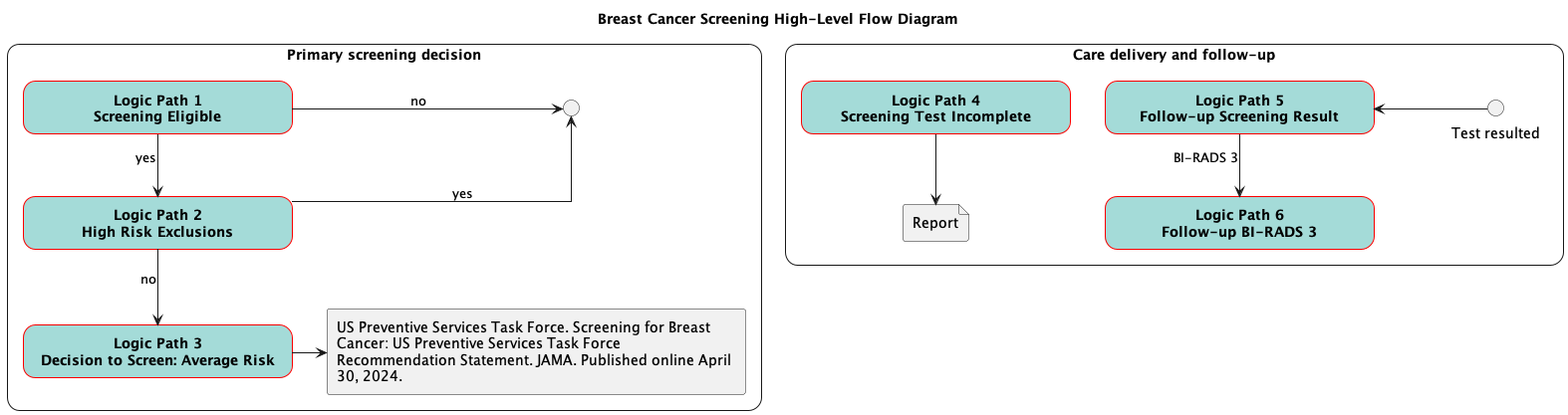
Above: images/flow-HighLevel.png in ccsm-cds-tools/CDC-Breast-Cancer-Screening-CDS-L2 (PlantUML), before the change.
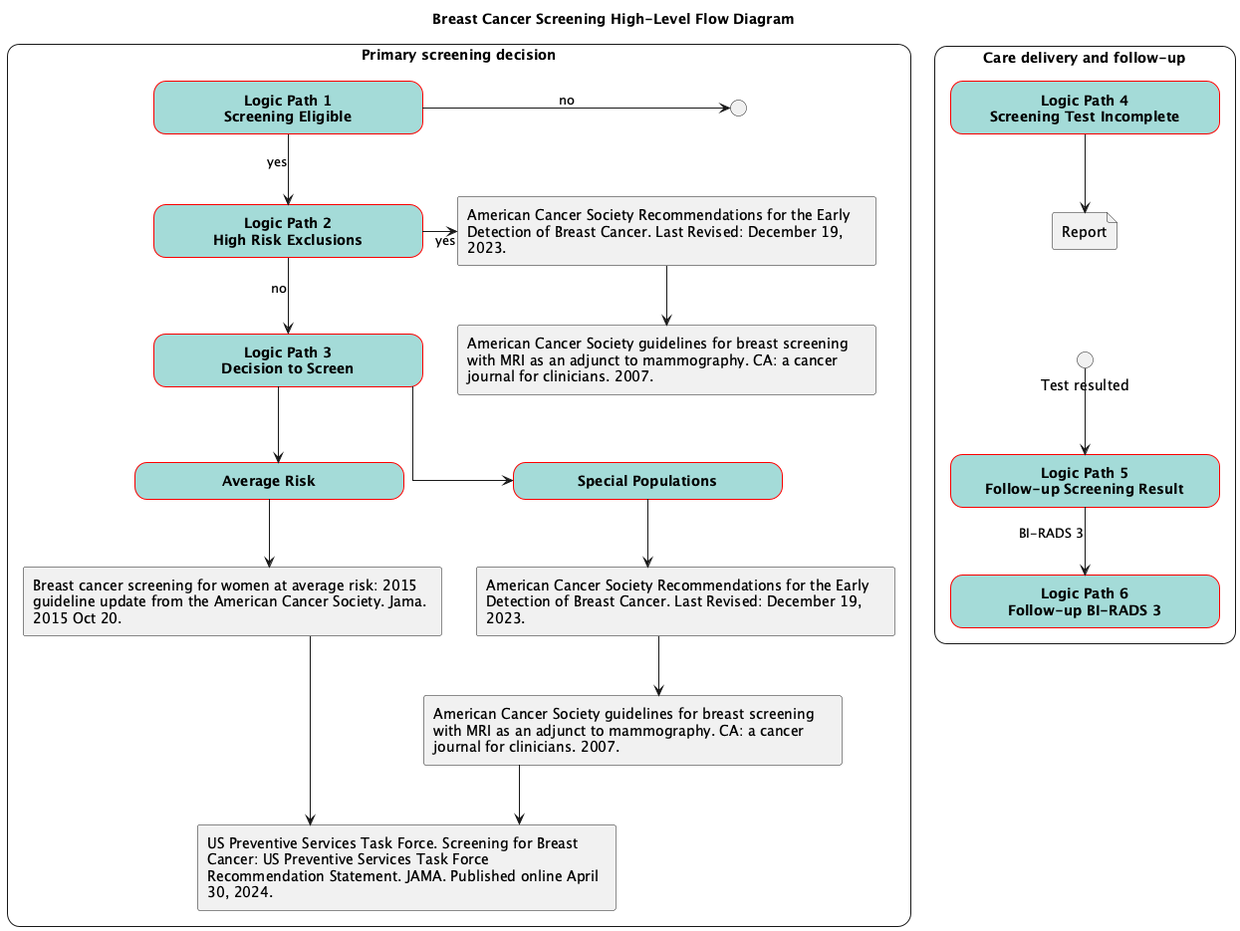
Above is the later version.

Change to the diagram source:
```diff
@@ -30,14 +30,28 @@
 rectangle "Primary screening decision" <<main>> {
     rectangle "Logic Path 1\nScreening Eligible" <<roundbox>> as path_1
     rectangle "Logic Path 2\nHigh Risk Exclusions" <<roundbox>> as path_2
-    rectangle "Logic Path 3\nDecision to Screen: Average Risk" <<roundbox>> as path_3
+    rectangle "Logic Path 3\nDecision to Screen" <<roundbox>> as path_3
+    rectangle "Special Populations" <<roundbox>> as path_sp
+    rectangle "Average Risk" <<roundbox>> as path_avg
+        rectangle "American Cancer Society Recommendations for the Early Detection of Breast Cancer. Last Revised: December 19, 2023." <<citation>> as acs_high_ref_1
+    rectangle "American Cancer Society guidelines for breast screening with MRI as an adjunct to mammography. CA: a cancer journal for clinicians. 2007." <<citation>> as acs_mri_ref_1
     rectangle "US Preventive Services Task Force. Screening for Breast Cancer: US Preventive Services Task Force Recommendation Statement. JAMA. Published online April 30, 2024." <<citation>> as uspstf_ref
+    rectangle "Breast cancer screening for women at average risk: 2015 guideline update from the American Cancer Society. Jama. 2015 Oct 20." <<citation>> as acs_avg_ref
+    rectangle "American Cancer Society Recommendations for the Early Detection of Breast Cancer. Last Revised: December 19, 2023." <<citation>> as acs_high_ref
+    rectangle "American Cancer Society guidelines for breast screening with MRI as an adjunct to mammography. CA: a cancer journal for clinicians. 2007." <<citation>> as acs_mri_ref
     circle "<U+0000>" as end_path_1_2
     path_1--[norank]-->end_path_1_2: no
     path_1-->path_2: yes
-    path_2-->path_3: no
-    path_2--[norank]-->end_path_1_2: yes
-    path_3-right-->uspstf_ref
+    path_2-down->path_3: no
+    path_2-right->acs_high_ref_1: yes
+    acs_high_ref_1-->acs_mri_ref_1
+    path_3-->path_sp
+    path_3-->path_avg
+    path_sp-->acs_high_ref
+    acs_high_ref-down->acs_mri_ref
+    acs_mri_ref-->uspstf_ref
+    path_avg->acs_avg_ref
+    acs_avg_ref-->uspstf_ref
 }
 rectangle "Care delivery and follow-up" <<main>> {
     rectangle "Logic Path 4\nScreening Test Incomplete" <<roundbox>> as path_4
@@ -46,7 +60,8 @@
     circle "Test resulted" as start_path_5
     file "Report" as path_4_end
     path_4-->path_4_end
-    start_path_5-[norank]-->path_5
+    path_4_end-[hidden]->start_path_5
+    start_path_5-->path_5
     path_5-->path_6: BI-RADS 3
 }
 @enduml
```
